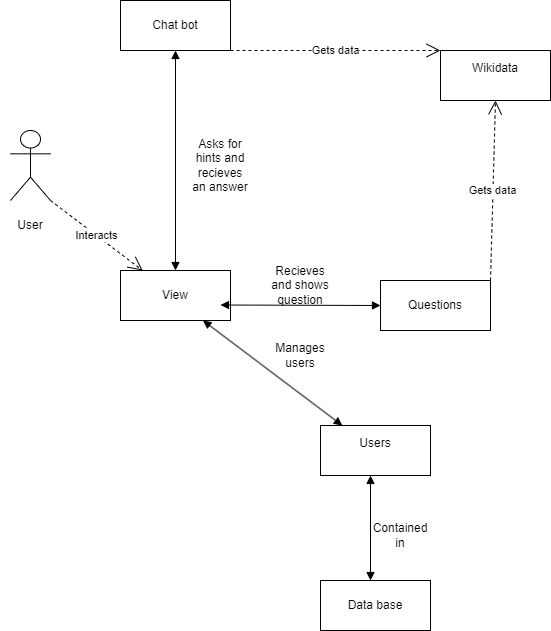
This is docs/images/scope.png from Arquisoft/wichat_es2c, a draw.io export, as it was before one commit. Source tidied: cells renumbered, new cells last; positions are measured from the earlier drawing's top-left corner, leaving out a move shared by most shapes.
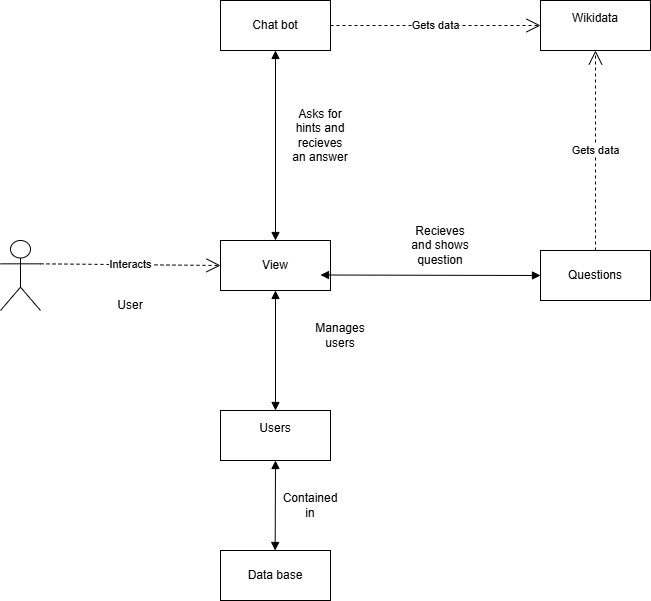
The same file after the commit.

Diff of the diagram source:
```diff
@@ -3,71 +3,66 @@
     <mxCell id="0" />
     <mxCell id="1" parent="0" />
     <mxCell id="2" value="Actor" style="shape=umlActor;verticalLabelPosition=bottom;verticalAlign=top;html=1;outlineConnect=0;textOpacity=0;" parent="1" vertex="1">
-      <mxGeometry x="10" y="130" width="40" height="70" as="geometry" />
+      <mxGeometry x="-100" y="270" width="40" height="70" as="geometry" />
     </mxCell>
     <mxCell id="3" value="User" style="text;html=1;align=center;verticalAlign=middle;whiteSpace=wrap;rounded=0;" parent="1" vertex="1">
-      <mxGeometry y="210" width="60" height="30" as="geometry" />
+      <mxGeometry y="320" width="60" height="30" as="geometry" />
     </mxCell>
-    <mxCell id="4" value="Interacts" style="endArrow=open;endSize=12;dashed=1;html=1;rounded=0;" parent="1" edge="1" target="5">
-      <mxGeometry relative="1" as="geometry">
-        <mxPoint x="50" y="200" as="sourcePoint" />
-      </mxGeometry>
+    <mxCell id="4" value="Interacts" style="endArrow=open;endSize=12;dashed=1;html=1;rounded=0;entryX=0;entryY=0.5;entryDx=0;entryDy=0;exitX=1;exitY=0.3333333333333333;exitDx=0;exitDy=0;exitPerimeter=0;" parent="1" edge="1" source="2" target="5">
+      <mxGeometry relative="1" as="geometry" />
     </mxCell>
     <mxCell id="5" value="View" style="html=1;whiteSpace=wrap;" parent="1" vertex="1">
       <mxGeometry x="120" y="270" width="110" height="50" as="geometry" />
     </mxCell>
     <mxCell id="6" value="Chat bot" style="html=1;whiteSpace=wrap;" parent="1" vertex="1">
-      <mxGeometry x="120" width="110" height="50" as="geometry" />
+      <mxGeometry x="120" y="30" width="110" height="50" as="geometry" />
     </mxCell>
     <mxCell id="7" style="endArrow=block;startArrow=block;endFill=1;startFill=1;html=1;rounded=0;entryX=0.5;entryY=1;entryDx=0;entryDy=0;exitX=0.5;exitY=0;exitDx=0;exitDy=0;" parent="1" edge="1" source="5" target="6">
       <mxGeometry relative="1" as="geometry" />
     </mxCell>
     <mxCell id="8" value="Wikidata&lt;div&gt;&lt;br&gt;&lt;/div&gt;" style="html=1;whiteSpace=wrap;" parent="1" vertex="1">
-      <mxGeometry x="440" y="50" width="110" height="50" as="geometry" />
+      <mxGeometry x="440" y="30" width="110" height="50" as="geometry" />
     </mxCell>
-    <mxCell id="9" value="Gets data" style="endArrow=open;endSize=12;dashed=1;html=1;rounded=0;entryX=0;entryY=0;entryDx=0;entryDy=0;" parent="1" edge="1" target="8">
-      <mxGeometry relative="1" as="geometry">
-        <mxPoint x="230" y="50" as="sourcePoint" />
-      </mxGeometry>
+    <mxCell id="9" value="Gets data" style="endArrow=open;endSize=12;dashed=1;html=1;rounded=0;entryX=0;entryY=0.5;entryDx=0;entryDy=0;exitX=1;exitY=0.5;exitDx=0;exitDy=0;" parent="1" edge="1" source="6" target="8">
+      <mxGeometry relative="1" as="geometry" />
     </mxCell>
     <mxCell id="10" value="Questions" style="html=1;whiteSpace=wrap;" parent="1" vertex="1">
-      <mxGeometry x="380" y="280" width="110" height="50" as="geometry" />
+      <mxGeometry x="440" y="280" width="110" height="50" as="geometry" />
     </mxCell>
-    <mxCell id="11" value="Gets data" style="endArrow=open;endSize=12;dashed=1;html=1;rounded=0;entryX=0.5;entryY=1;entryDx=0;entryDy=0;exitX=1;exitY=0;exitDx=0;exitDy=0;" parent="1" edge="1" source="10" target="8">
+    <mxCell id="11" value="Gets data" style="endArrow=open;endSize=12;dashed=1;html=1;rounded=0;entryX=0.5;entryY=1;entryDx=0;entryDy=0;" parent="1" edge="1" source="10" target="8">
       <mxGeometry relative="1" as="geometry" />
     </mxCell>
-    <mxCell id="12" style="endArrow=block;startArrow=block;endFill=1;startFill=1;html=1;rounded=0;exitX=0.5;exitY=0;exitDx=0;exitDy=0;" parent="1" edge="1">
+    <mxCell id="12" style="endArrow=block;startArrow=block;endFill=1;startFill=1;html=1;rounded=0;exitX=0.5;exitY=0;exitDx=0;exitDy=0;entryX=0;entryY=0.5;entryDx=0;entryDy=0;" parent="1" edge="1" target="10">
       <mxGeometry relative="1" as="geometry">
         <mxPoint x="220" y="304.5" as="sourcePoint" />
-        <mxPoint x="380" y="305" as="targetPoint" />
       </mxGeometry>
     </mxCell>
     <mxCell id="13" value="Asks for hints and recieves an answer" style="text;html=1;align=center;verticalAlign=middle;whiteSpace=wrap;rounded=0;" parent="1" vertex="1">
       <mxGeometry x="190" y="150" width="60" height="30" as="geometry" />
     </mxCell>
     <mxCell id="14" value="Recieves and shows question" style="text;html=1;align=center;verticalAlign=middle;whiteSpace=wrap;rounded=0;" parent="1" vertex="1">
-      <mxGeometry x="270" y="270" width="60" height="30" as="geometry" />
+      <mxGeometry x="310" y="260" width="60" height="30" as="geometry" />
     </mxCell>
-    <mxCell id="15" style="endArrow=block;startArrow=block;endFill=1;startFill=1;html=1;rounded=0;exitX=0.75;exitY=1;exitDx=0;exitDy=0;" parent="1" edge="1" source="5" target="16">
+    <mxCell id="15" style="endArrow=block;startArrow=block;endFill=1;startFill=1;html=1;rounded=0;exitX=0.5;exitY=1;exitDx=0;exitDy=0;entryX=0.5;entryY=0;entryDx=0;entryDy=0;" parent="1" edge="1" source="5" target="16">
       <mxGeometry relative="1" as="geometry" />
     </mxCell>
     <mxCell id="16" value="Users&lt;div&gt;&lt;br&gt;&lt;/div&gt;" style="html=1;whiteSpace=wrap;" parent="1" vertex="1">
-      <mxGeometry x="320" y="425" width="110" height="50" as="geometry" />
+      <mxGeometry x="120" y="440" width="110" height="50" as="geometry" />
     </mxCell>
     <mxCell id="17" style="endArrow=block;startArrow=block;endFill=1;startFill=1;html=1;rounded=0;" parent="1" edge="1">
       <mxGeometry relative="1" as="geometry">
-        <mxPoint x="370" y="475" as="sourcePoint" />
-        <mxPoint x="370" y="580" as="targetPoint" />
+        <mxPoint x="175" y="490" as="sourcePoint" />
+        <mxPoint x="174.7" y="580" as="targetPoint" />
       </mxGeometry>
     </mxCell>
     <mxCell id="18" value="Data base" style="html=1;whiteSpace=wrap;" parent="1" vertex="1">
-      <mxGeometry x="320" y="580" width="110" height="50" as="geometry" />
+      <mxGeometry x="120" y="580" width="110" height="50" as="geometry" />
     </mxCell>
     <mxCell id="19" value="Contained in" style="text;html=1;align=center;verticalAlign=middle;whiteSpace=wrap;rounded=0;" parent="1" vertex="1">
-      <mxGeometry x="370" y="520" width="60" height="30" as="geometry" />
+      <mxGeometry x="180" y="520" width="60" height="30" as="geometry" />
     </mxCell>
     <mxCell id="20" value="Manages users" style="text;html=1;align=center;verticalAlign=middle;whiteSpace=wrap;rounded=0;" parent="1" vertex="1">
-      <mxGeometry x="270" y="340" width="60" height="30" as="geometry" />
+      <mxGeometry x="210" y="350" width="60" height="30" as="geometry" />
     </mxCell>
   </root>
 </mxGraphModel>
```
